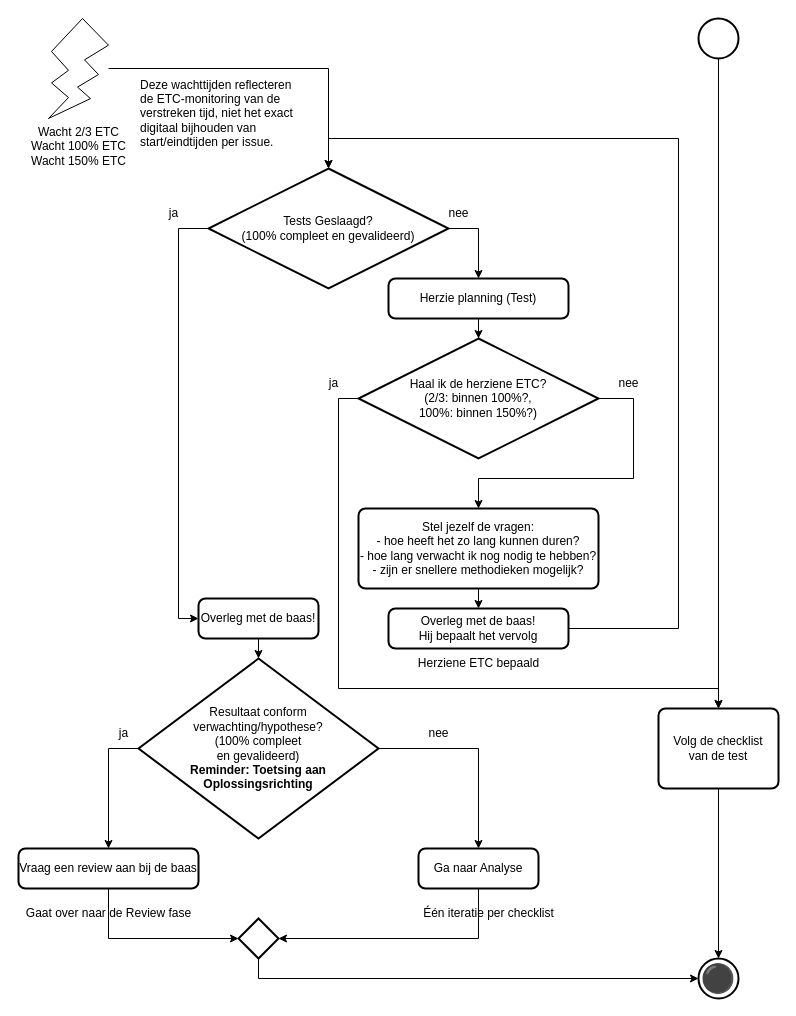
Zaibatsu89/IssueTracker keeps this draw.io diagram as 5 Issue Tracker test.drawio. Above is the earlier version. Source tidied: cells renumbered, new cells numbered last; positions are measured from the earlier drawing's top-left corner, leaving out a move shared by most shapes. Both pictures are drawn from the tidied source at 100%, with x=0, y=0 at pixel (18, 18).
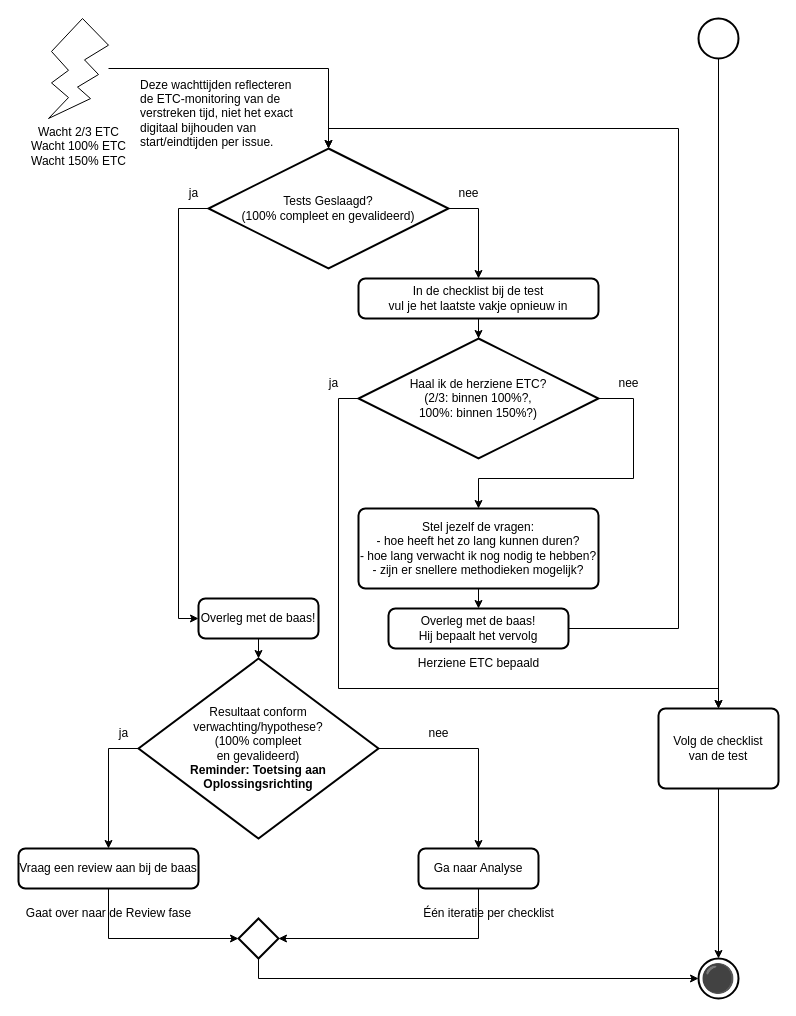
After the change.

Commit message (it also covers changes not shown here):
"Vul vakjes van analyse in checklist opnieuw in" in analyse flowchart, i.p.v. "Herzie planning"

Unchanged cells that the change refers to:
```xml
<mxCell id="23" value="Overleg met de baas!&lt;br&gt;Hij bepaalt het vervolg" style="rounded=1;whiteSpace=wrap;html=1;absoluteArcSize=1;arcSize=14;strokeWidth=2;" parent="1" vertex="1">
  <mxGeometry x="370" y="590" width="180" height="40" as="geometry" />
</mxCell>
```

Diff of the diagram source:
```diff
@@
     <mxCell id="7" value="Tests Geslaagd?&lt;br&gt;(100% compleet en gevalideerd)" style="strokeWidth=2;html=1;shape=mxgraph.flowchart.decision;whiteSpace=wrap;" parent="1" vertex="1">
-      <mxGeometry x="190" y="150" width="240" height="120" as="geometry" />
+      <mxGeometry x="190" y="130" width="240" height="120" as="geometry" />
     </mxCell>
@@
     <mxCell id="10" value="ja" style="text;html=1;align=center;verticalAlign=middle;strokeColor=none;fillColor=none;" parent="1" vertex="1">
-      <mxGeometry x="140" y="180" width="30" height="30" as="geometry" />
+      <mxGeometry x="160" y="160" width="30" height="30" as="geometry" />
     </mxCell>
     <mxCell id="11" value="nee" style="text;html=1;align=center;verticalAlign=middle;strokeColor=none;fillColor=none;" parent="1" vertex="1">
-      <mxGeometry x="420" y="180" width="40" height="30" as="geometry" />
+      <mxGeometry x="430" y="160" width="40" height="30" as="geometry" />
     </mxCell>
@@
-    <mxCell id="20" value="Herzie planning (Test)" style="rounded=1;whiteSpace=wrap;html=1;absoluteArcSize=1;arcSize=14;strokeWidth=2;" parent="1" vertex="1">
-      <mxGeometry x="370" y="260" width="180" height="40" as="geometry" />
+    <mxCell id="20" value="In de checklist bij de test&lt;br&gt;vul je het laatste vakje opnieuw in" style="rounded=1;whiteSpace=wrap;html=1;absoluteArcSize=1;arcSize=14;strokeWidth=2;" parent="1" vertex="1">
+      <mxGeometry x="340" y="260" width="240" height="40" as="geometry" />
     </mxCell>
@@
     <mxCell id="34" style="edgeStyle=orthogonalEdgeStyle;rounded=0;jettySize=auto;html=1;exitX=1;exitY=0.5;exitDx=0;exitDy=0;entryX=0.5;entryY=0;entryDx=0;entryDy=0;entryPerimeter=0;" parent="1" edge="1" source="23" target="7">
       <mxGeometry relative="1" as="geometry">
         <Array as="points">
           <mxPoint x="660" y="610" />
-          <mxPoint x="660" y="120" />
-          <mxPoint x="310" y="120" />
+          <mxPoint x="660" y="110" />
+          <mxPoint x="310" y="110" />
         </Array>
       </mxGeometry>
     </mxCell>
```
